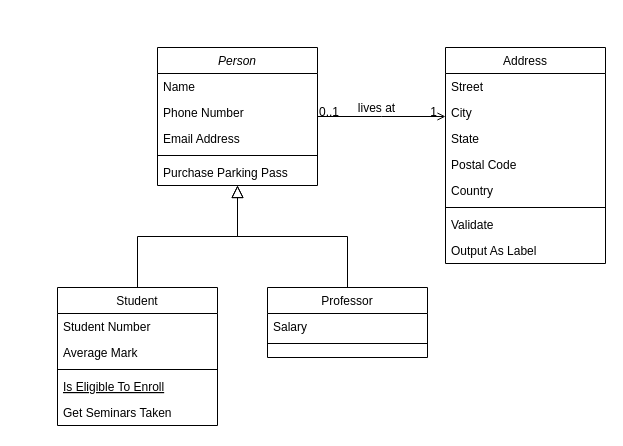
Before: module5/Untitled Diagram.drawio in chatlapin/DAFT_0410, a draw.io diagram. Source tidied: cells renumbered, new cells numbered last; positions are measured from the earlier drawing's top-left corner, leaving out a move shared by most shapes. Both pictures are drawn from the tidied source at 100%, with x=0, y=0 at pixel (57, 47).
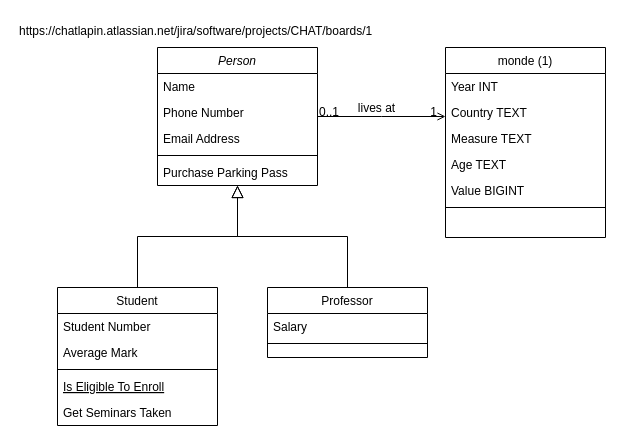
After the change.

Diff of the diagram source:
```diff
@@
-    <mxCell id="19" value="Address" style="swimlane;fontStyle=0;align=center;verticalAlign=top;horizontal=1;startSize=26;rounded=0;shadow=0;strokeWidth=1;" parent="1" vertex="1">
-      <mxGeometry x="388" width="160" height="216" as="geometry" />
+    <mxCell id="19" value="monde (1)" style="swimlane;fontStyle=0;align=center;verticalAlign=top;horizontal=1;startSize=26;rounded=0;shadow=0;strokeWidth=1;" parent="1" vertex="1">
+      <mxGeometry x="388" width="160" height="190" as="geometry" />
     </mxCell>
-    <mxCell id="20" value="Street" style="text;align=left;verticalAlign=top;spacingLeft=4;spacingRight=4;overflow=hidden;" parent="19" vertex="1">
+    <mxCell id="20" value="Year INT" style="text;align=left;verticalAlign=top;spacingLeft=4;spacingRight=4;overflow=hidden;" parent="19" vertex="1">
       <mxGeometry y="26" width="160" height="26" as="geometry" />
     </mxCell>
-    <mxCell id="21" value="City" style="text;align=left;verticalAlign=top;spacingLeft=4;spacingRight=4;overflow=hidden;rounded=0;shadow=0;html=0;" parent="19" vertex="1">
+    <mxCell id="21" value="Country TEXT" style="text;align=left;verticalAlign=top;spacingLeft=4;spacingRight=4;overflow=hidden;rounded=0;shadow=0;html=0;" parent="19" vertex="1">
       <mxGeometry y="52" width="160" height="26" as="geometry" />
     </mxCell>
-    <mxCell id="22" value="State" style="text;align=left;verticalAlign=top;spacingLeft=4;spacingRight=4;overflow=hidden;rounded=0;shadow=0;html=0;" parent="19" vertex="1">
+    <mxCell id="22" value="Measure TEXT" style="text;align=left;verticalAlign=top;spacingLeft=4;spacingRight=4;overflow=hidden;rounded=0;shadow=0;html=0;" parent="19" vertex="1">
       <mxGeometry y="78" width="160" height="26" as="geometry" />
     </mxCell>
-    <mxCell id="23" value="Postal Code" style="text;align=left;verticalAlign=top;spacingLeft=4;spacingRight=4;overflow=hidden;rounded=0;shadow=0;html=0;" parent="19" vertex="1">
+    <mxCell id="23" value="Age TEXT" style="text;align=left;verticalAlign=top;spacingLeft=4;spacingRight=4;overflow=hidden;rounded=0;shadow=0;html=0;" parent="19" vertex="1">
       <mxGeometry y="104" width="160" height="26" as="geometry" />
     </mxCell>
-    <mxCell id="24" value="Country" style="text;align=left;verticalAlign=top;spacingLeft=4;spacingRight=4;overflow=hidden;rounded=0;shadow=0;html=0;" parent="19" vertex="1">
+    <mxCell id="24" value="Value BIGINT" style="text;align=left;verticalAlign=top;spacingLeft=4;spacingRight=4;overflow=hidden;rounded=0;shadow=0;html=0;" parent="19" vertex="1">
       <mxGeometry y="130" width="160" height="26" as="geometry" />
     </mxCell>
@@
-    <mxCell id="26" value="Validate" style="text;align=left;verticalAlign=top;spacingLeft=4;spacingRight=4;overflow=hidden;" parent="19" vertex="1">
-      <mxGeometry y="164" width="160" height="26" as="geometry" />
-    </mxCell>
-    <mxCell id="27" value="Output As Label" style="text;align=left;verticalAlign=top;spacingLeft=4;spacingRight=4;overflow=hidden;" parent="19" vertex="1">
-      <mxGeometry y="190" width="160" height="26" as="geometry" />
-    </mxCell>
@@
+    <mxCell id="32" value="https://chatlapin.atlassian.net/jira/software/projects/CHAT/boards/1" style="text;whiteSpace=wrap;html=1;" parent="1" vertex="1">
+      <mxGeometry x="-40" y="-30" width="390" height="40" as="geometry" />
+    </mxCell>
```
